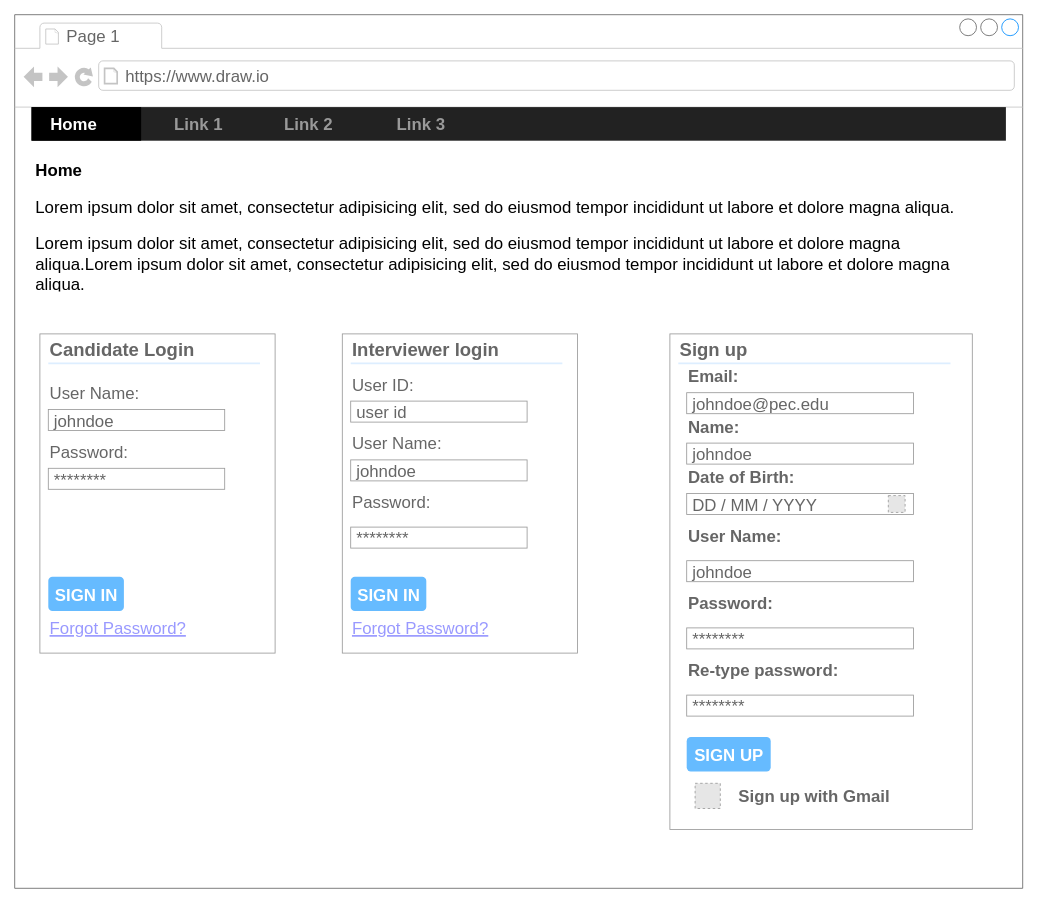
Before: page "Page-1" (1 of 3) of Untitled Diagram.drawio in Luci07Devil/github-slideshow, a draw.io diagram. Source tidied: cells renumbered, new cells numbered last; positions are measured from the earlier drawing's top-left corner, leaving out a move shared by most shapes. Both pictures are drawn from the tidied source at 84%, with x=0, y=0 at pixel (14, 14). Pictures stored in the file or linked from it are replaced by grey dashed boxes.
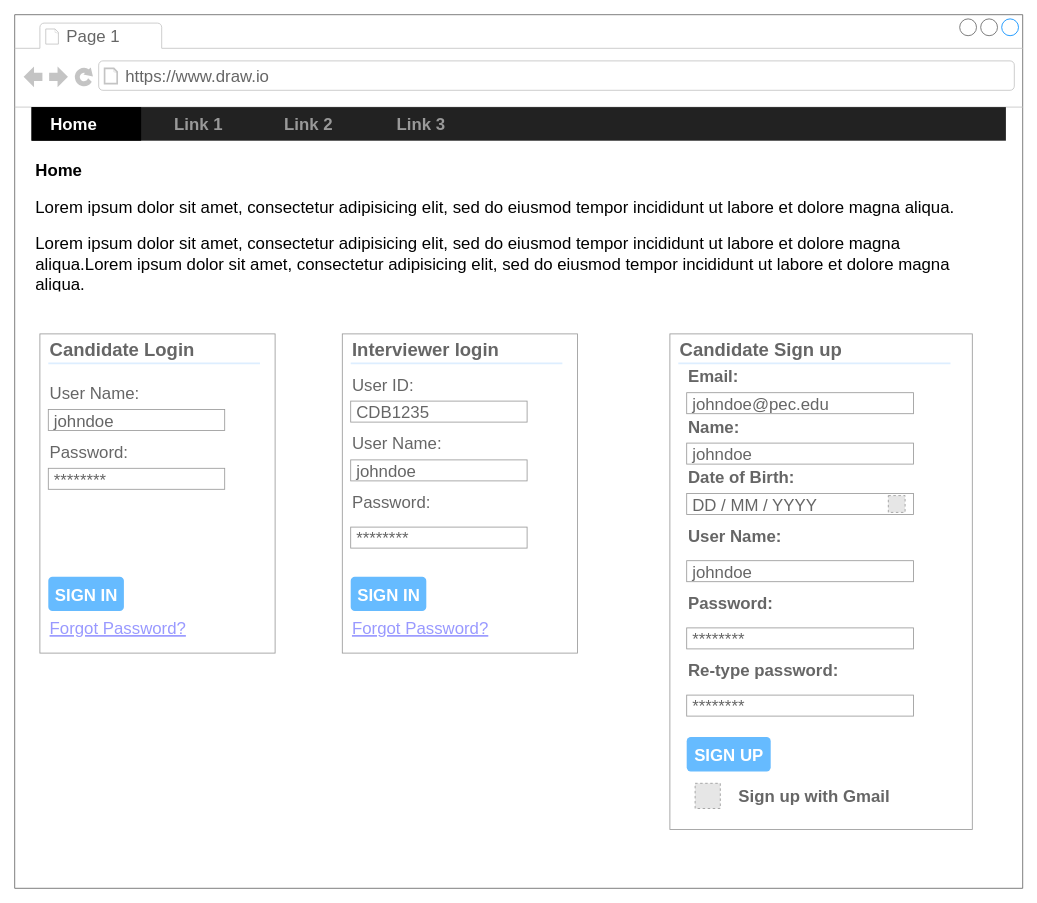
After the change.

Unchanged cells that the change refers to:
```xml
<mxCell id="19" style="strokeWidth=1;shadow=0;dashed=0;align=center;html=1;shape=mxgraph.mockup.forms.rrect;rSize=0;strokeColor=#999999;fillColor=#ffffff;fontSize=20;" parent="2" vertex="1">
  <mxGeometry x="780" y="380" width="360" height="590" as="geometry" />
</mxCell>
<mxCell id="39" style="strokeWidth=1;shadow=0;dashed=0;align=center;html=1;shape=mxgraph.mockup.forms.rrect;rSize=0;strokeColor=#999999;fillColor=#ffffff;fontSize=20;" parent="2" vertex="1">
  <mxGeometry x="390" y="380" width="280" height="380" as="geometry" />
</mxCell>
```

Change to the diagram source:
```diff
@@
-    <mxCell id="20" value="&lt;span style=&quot;font-size: 22px;&quot;&gt;Sign up&lt;/span&gt;" style="strokeWidth=1;shadow=0;dashed=0;align=center;html=1;shape=mxgraph.mockup.forms.anchor;fontSize=22;fontColor=#666666;align=left;spacingLeft=0;fontStyle=1;" parent="19" vertex="1">
+    <mxCell id="20" value="&lt;span style=&quot;font-size: 22px&quot;&gt;Candidate Sign up&lt;/span&gt;" style="strokeWidth=1;shadow=0;dashed=0;align=center;html=1;shape=mxgraph.mockup.forms.anchor;fontSize=22;fontColor=#666666;align=left;spacingLeft=0;fontStyle=1;" parent="19" vertex="1">
       <mxGeometry width="180" height="20" relative="1" as="geometry">
         <mxPoint x="10" y="10" as="offset" />
       </mxGeometry>
     </mxCell>
@@
-    <mxCell id="49" value="user id" style="strokeWidth=1;shadow=0;dashed=0;align=center;html=1;shape=mxgraph.mockup.forms.rrect;rSize=0;strokeColor=#999999;fontColor=#666666;align=left;spacingLeft=5;fontSize=20;" parent="39" vertex="1">
+    <mxCell id="49" value="CDB1235" style="strokeWidth=1;shadow=0;dashed=0;align=center;html=1;shape=mxgraph.mockup.forms.rrect;rSize=0;strokeColor=#999999;fontColor=#666666;align=left;spacingLeft=5;fontSize=20;" parent="39" vertex="1">
       <mxGeometry x="10" y="80" width="210" height="25" as="geometry" />
     </mxCell>
```
